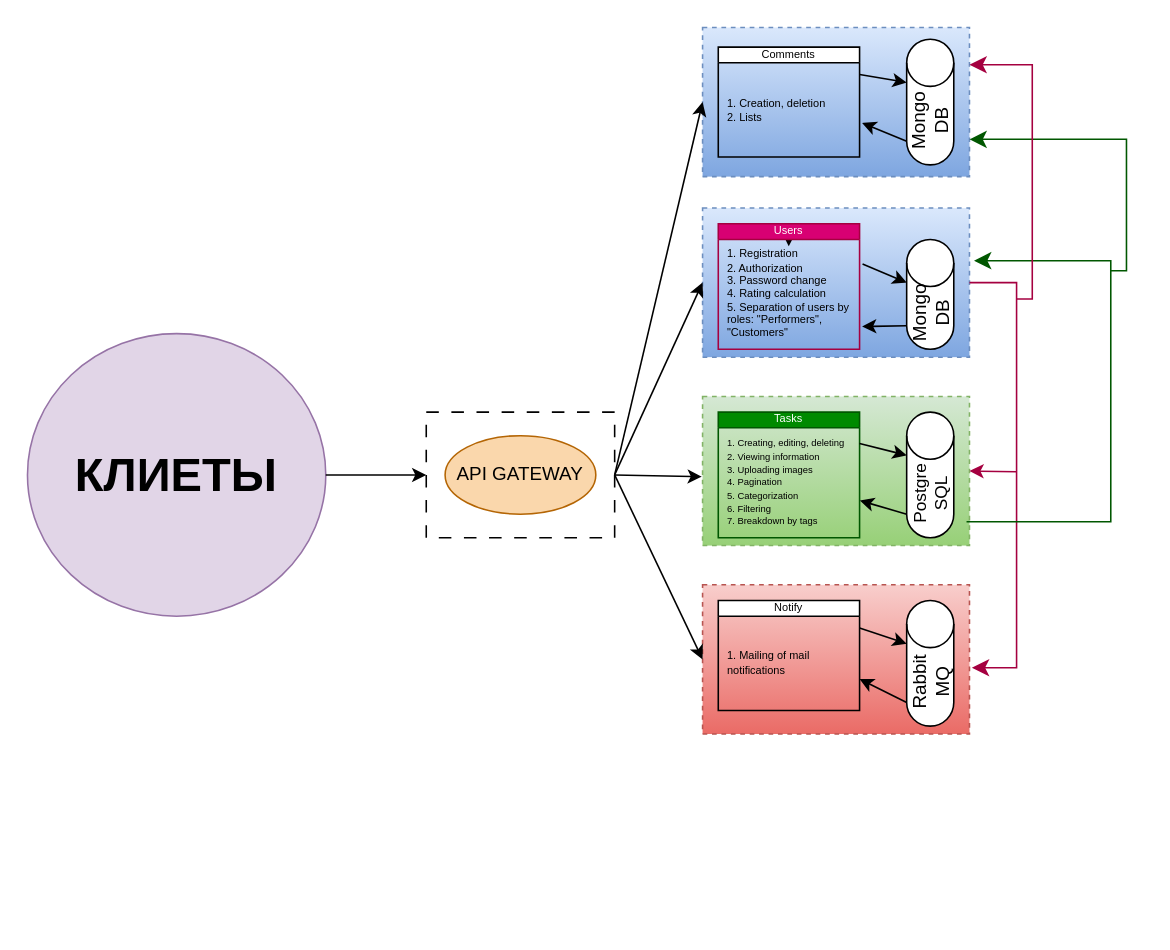
This is page "Страница 1" (1 of 2) of specification.drawio from htmlacademy-nestjs/2170995-taskforce-4, a draw.io file, before an edit. Source tidied: cells renumbered, new cells numbered last; positions are measured from the earlier drawing's top-left corner, leaving out a move shared by most shapes. Both pictures are drawn from the tidied source at 157%, with x=0, y=0 at pixel (27, 27).
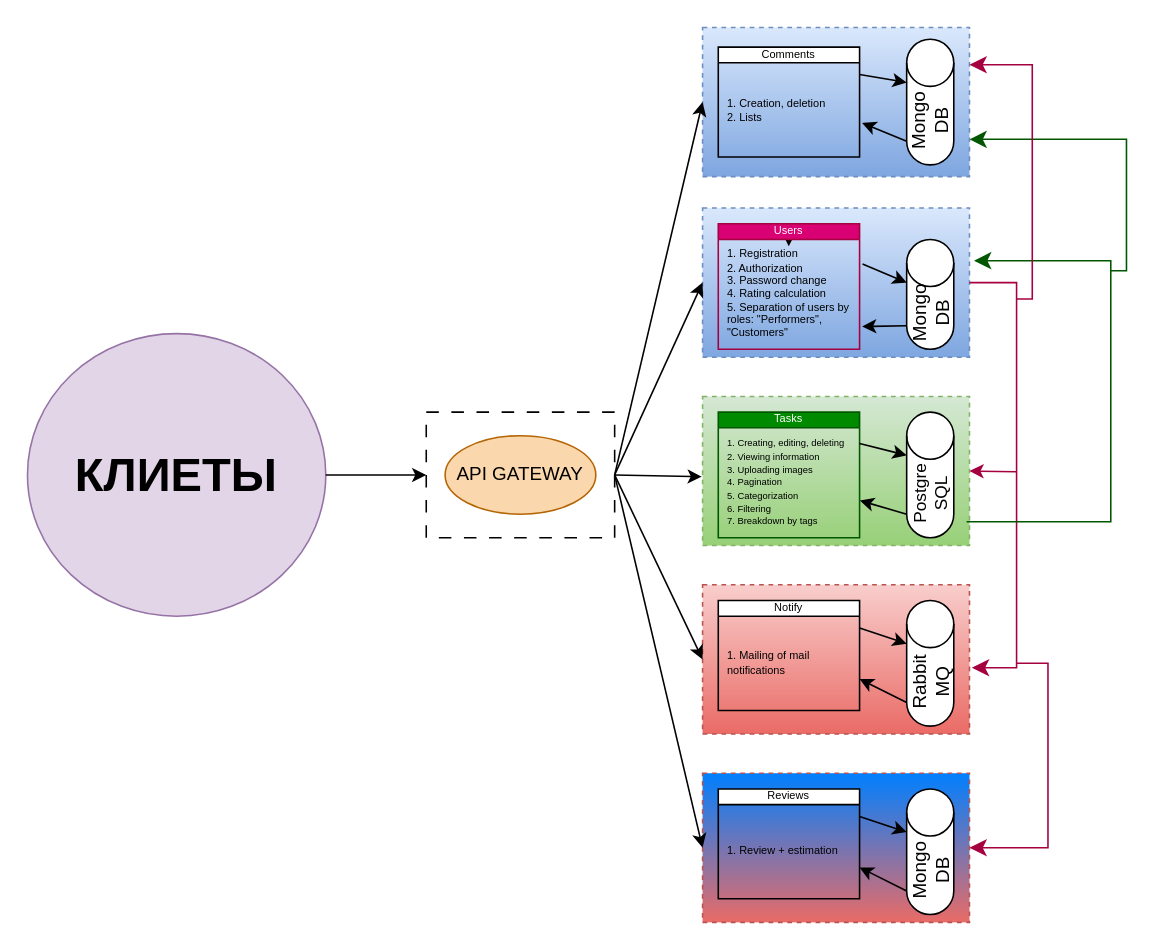
The same page after the edit.

Unchanged cells that the change refers to:
```xml
<mxCell id="4" style="rounded=0;whiteSpace=wrap;html=1;fillColor=none;dashed=1;dashPattern=8 8;" parent="1" vertex="1">
  <mxGeometry x="254" y="245" width="120" height="80" as="geometry" />
</mxCell>
```

Diff of the diagram source:
```diff
@@
+    <mxCell id="44" style="rounded=0;whiteSpace=wrap;html=1;fillColor=#007FFF;dashed=1;gradientColor=#ea6b66;strokeColor=#b85450;" parent="1" vertex="1">
+      <mxGeometry x="430" y="475" width="170" height="95" as="geometry" />
+    </mxCell>
+    <mxCell id="45" style="group;" parent="1" vertex="1">
+      <mxGeometry x="440" y="485" width="150" height="80" as="geometry" />
+    </mxCell>
+    <mxCell id="46" value="Mongo&lt;br&gt;DB" style="shape=cylinder3;whiteSpace=wrap;html=1;boundedLbl=1;backgroundOutline=1;size=15;horizontal=0;" parent="45" vertex="1">
+      <mxGeometry x="120" width="30" height="80" as="geometry" />
+    </mxCell>
+    <mxCell id="47" value="Reviews" style="swimlane;fontStyle=0;horizontal=1;startSize=10;whiteSpace=wrap;html=1;fontSize=7;" parent="45" vertex="1">
+      <mxGeometry width="90" height="70" as="geometry" />
+    </mxCell>
+    <mxCell id="48" value="1. Review +&amp;nbsp;estimation" style="text;strokeColor=none;fillColor=none;align=left;verticalAlign=middle;spacingLeft=4;spacingRight=4;overflow=hidden;whiteSpace=wrap;html=1;fontSize=7;" parent="47" vertex="1">
+      <mxGeometry y="10" width="90" height="60" as="geometry" />
+    </mxCell>
+    <mxCell id="49" style="endArrow=classic;html=1;rounded=0;entryX=0;entryY=0;entryDx=0;entryDy=27.5;entryPerimeter=0;exitX=1;exitY=0.25;exitDx=0;exitDy=0;" parent="45" edge="1" source="47" target="46">
+      <mxGeometry relative="1" as="geometry" />
+    </mxCell>
+    <mxCell id="50" style="endArrow=classic;html=1;rounded=0;exitX=0;exitY=1;exitDx=0;exitDy=-15;exitPerimeter=0;" parent="45" edge="1" source="46">
+      <mxGeometry relative="1" as="geometry">
+        <mxPoint x="90" y="50" as="targetPoint" />
+      </mxGeometry>
+    </mxCell>
+    <mxCell id="51" style="edgeStyle=elbowEdgeStyle;elbow=horizontal;endArrow=classic;html=1;curved=0;rounded=0;endSize=8;startSize=8;entryX=1;entryY=0.5;entryDx=0;entryDy=0;fillColor=#d80073;strokeColor=#A50040;" parent="1" edge="1" target="44">
+      <mxGeometry relative="1" as="geometry">
+        <mxPoint x="630" y="405" as="sourcePoint" />
+        <Array as="points">
+          <mxPoint x="650" y="465" />
+        </Array>
+      </mxGeometry>
+    </mxCell>
+    <mxCell id="52" style="endArrow=classic;html=1;rounded=0;exitX=1;exitY=0.5;exitDx=0;exitDy=0;entryX=0;entryY=0.5;entryDx=0;entryDy=0;" parent="1" edge="1" source="4" target="44">
+      <mxGeometry relative="1" as="geometry" />
+    </mxCell>
```
